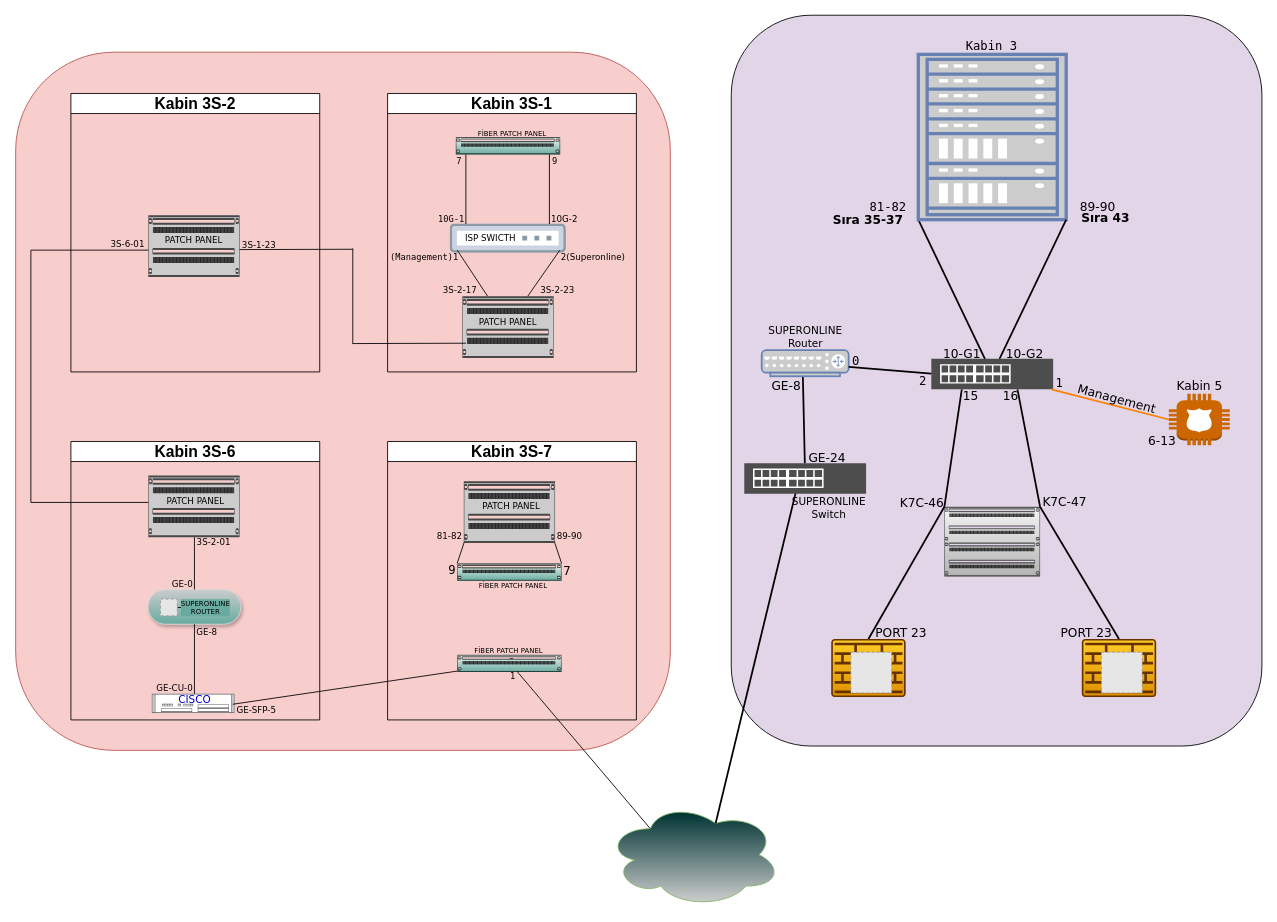
Before: Başlıksız Diyagram.drawio in seozdemir/draw.io, a draw.io diagram. Source tidied: cells renumbered, new cells numbered last; positions are measured from the earlier drawing's top-left corner, leaving out a move shared by most shapes. Both pictures are drawn from the tidied source at 87%, with x=0, y=0 at pixel (-6, 33). Pictures stored in the file or linked from it are replaced by grey dashed boxes.
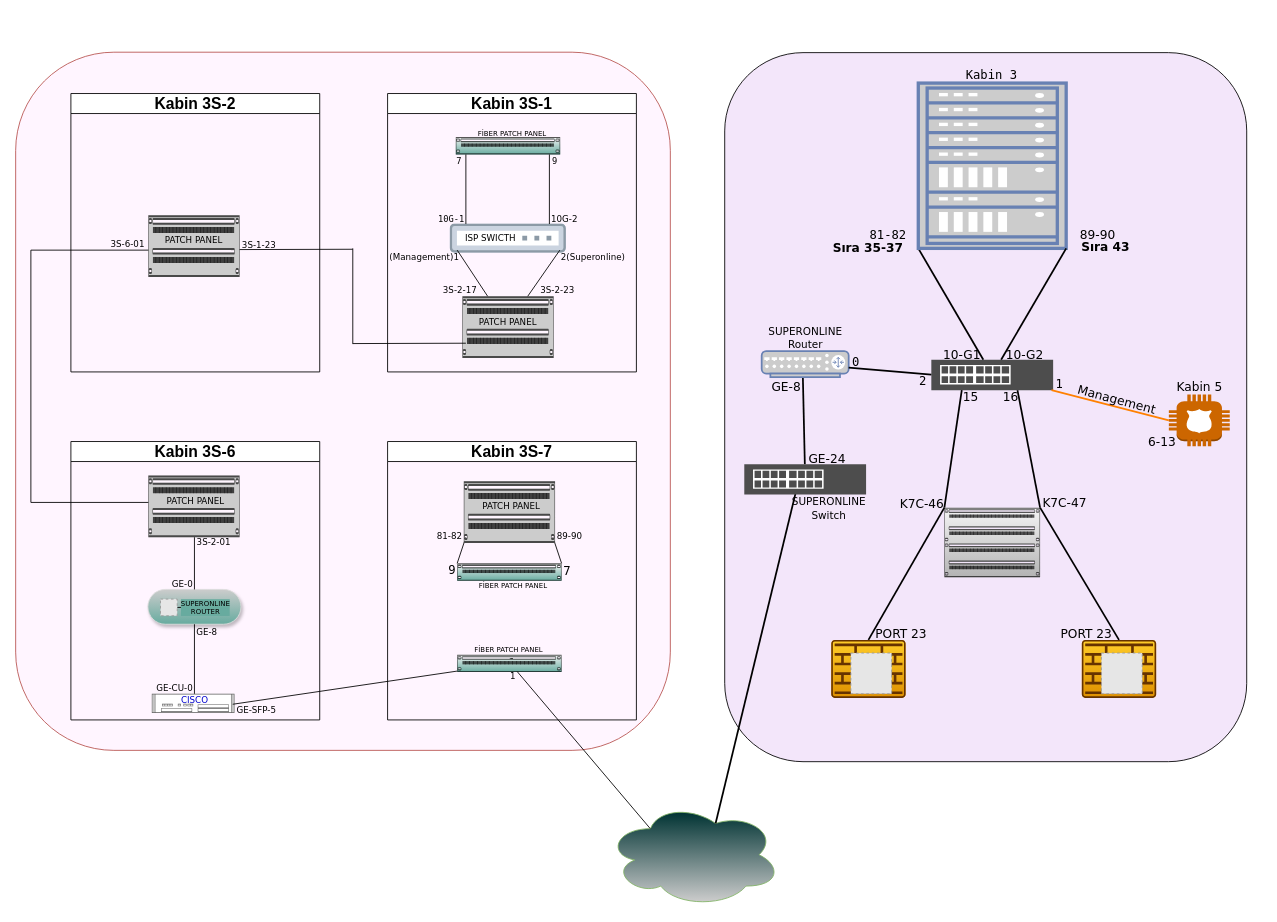
The same diagram, later.

Unchanged cells that the change refers to:
```xml
<mxCell id="6" style="sketch=0;points=[[0.015,0.015,0],[0.985,0.015,0],[0.985,0.985,0],[0.015,0.985,0],[0.25,0,0],[0.5,0,0],[0.75,0,0],[1,0.25,0],[1,0.5,0],[1,0.75,0],[0.75,1,0],[0.5,1,0],[0.25,1,0],[0,0.75,0],[0,0.5,0],[0,0.25,0]];verticalLabelPosition=bottom;html=1;verticalAlign=top;align=center;shape=mxgraph.cisco19.rect;prIcon=firewall;fillColor=#ffcd28;strokeColor=#663300;gradientColor=#DE9000;" parent="5" vertex="1">
  <mxGeometry width="85.4" height="66.7" as="geometry" />
</mxCell>
<mxCell id="19" style="sketch=0;points=[[0.015,0.015,0],[0.985,0.015,0],[0.985,0.985,0],[0.015,0.985,0],[0.25,0,0],[0.5,0,0],[0.75,0,0],[1,0.25,0],[1,0.5,0],[1,0.75,0],[0.75,1,0],[0.5,1,0],[0.25,1,0],[0,0.75,0],[0,0.5,0],[0,0.25,0]];verticalLabelPosition=bottom;html=1;verticalAlign=top;align=center;shape=mxgraph.cisco19.rect;prIcon=firewall;fillColor=#ffcd28;strokeColor=#663300;gradientColor=#DE9000;" parent="18" vertex="1">
  <mxGeometry width="85.4" height="66.7" as="geometry" />
</mxCell>
<mxCell id="69" style="group;" parent="1" vertex="1">
  <mxGeometry x="181" y="752" width="95" height="29" as="geometry" />
</mxCell>
```

Change to the diagram source:
```diff
@@
-    <mxCell id="2" style="rounded=1;whiteSpace=wrap;html=1;strokeColor=#b85450;fillColor=#f8cecc;rotation=90;" parent="1" vertex="1">
+    <mxCell id="2" style="rounded=1;whiteSpace=wrap;html=1;strokeColor=#b85450;fillColor=#FFF5FF;rotation=90;" parent="1" vertex="1">
       <mxGeometry x="-0.5" y="46.5" width="802.5" height="752.5" as="geometry" />
     </mxCell>
-    <mxCell id="3" style="rounded=1;whiteSpace=wrap;html=1;strokeColor=default;fillColor=#E1D5E7;gradientColor=none;rotation=90;" parent="1" vertex="1">
-      <mxGeometry x="732" y="94" width="840" height="610" as="geometry" />
+    <mxCell id="3" style="rounded=1;whiteSpace=wrap;html=1;strokeColor=default;fillColor=#F3E6FA;gradientColor=none;rotation=90;" parent="1" vertex="1">
+      <mxGeometry x="732" y="129.5" width="815" height="600" as="geometry" />
     </mxCell>
     <mxCell id="4" style="strokeColor=#666666;html=1;labelPosition=right;align=left;spacingLeft=15;shadow=0;dashed=0;shape=mxgraph.rack.general.cat5e_rack_mount_patch_panel_96_ports;fillColor=#f5f5f5;gradientColor=#b3b3b3;" parent="1" vertex="1">
-      <mxGeometry x="1092" y="544" width="110" height="80" as="geometry" />
+      <mxGeometry x="1092" y="545" width="110" height="80" as="geometry" />
     </mxCell>
     <mxCell id="5" style="group;" parent="1" vertex="1">
-      <mxGeometry x="1250" y="696" width="100" height="102" as="geometry" />
+      <mxGeometry x="1250" y="697" width="100" height="102" as="geometry" />
     </mxCell>
@@
     <mxCell id="8" style="endArrow=none;html=1;rounded=0;entryX=0.5;entryY=0;entryDx=0;entryDy=0;entryPerimeter=0;strokeWidth=2;" parent="1" edge="1" target="19">
       <mxGeometry relative="1" as="geometry">
-        <mxPoint x="1092" y="544" as="sourcePoint" />
+        <mxPoint x="1092" y="545" as="sourcePoint" />
       </mxGeometry>
     </mxCell>
     <mxCell id="9" style="endArrow=none;html=1;rounded=0;entryX=0.5;entryY=0;entryDx=0;entryDy=0;entryPerimeter=0;strokeWidth=2;" parent="1" edge="1" target="6">
       <mxGeometry relative="1" as="geometry">
-        <mxPoint x="1202" y="544" as="sourcePoint" />
+        <mxPoint x="1202" y="545" as="sourcePoint" />
       </mxGeometry>
     </mxCell>
     <mxCell id="10" style="endArrow=none;html=1;rounded=0;strokeWidth=2;" parent="1" edge="1">
       <mxGeometry relative="1" as="geometry">
-        <mxPoint x="1176" y="409" as="sourcePoint" />
-        <mxPoint x="1202" y="544" as="targetPoint" />
+        <mxPoint x="1176" y="410" as="sourcePoint" />
+        <mxPoint x="1202" y="545" as="targetPoint" />
       </mxGeometry>
     </mxCell>
     <mxCell id="11" style="outlineConnect=0;dashed=0;verticalLabelPosition=bottom;verticalAlign=top;align=center;html=1;shape=mxgraph.aws3.police_emergency;fillColor=#CC6600;gradientColor=none;sketch=0;strokeColor=#82B366;" parent="1" vertex="1">
-      <mxGeometry x="1350" y="414" width="70" height="59.3" as="geometry" />
+      <mxGeometry x="1350" y="415" width="70" height="59.3" as="geometry" />
     </mxCell>
     <mxCell id="12" style="endArrow=none;html=1;rounded=0;strokeWidth=2;startArrow=none;" parent="1" edge="1" target="23">
       <mxGeometry relative="1" as="geometry">
-        <mxPoint x="929.2" y="388" as="sourcePoint" />
+        <mxPoint x="929.2" y="389" as="sourcePoint" />
       </mxGeometry>
     </mxCell>
@@
     <mxCell id="15" style="fontColor=#0066CC;verticalAlign=top;verticalLabelPosition=bottom;labelPosition=center;align=center;html=1;outlineConnect=0;fillColor=#CCCCCC;strokeColor=#6881B3;gradientColor=none;gradientDirection=north;strokeWidth=2;shape=mxgraph.networks.rack;sketch=0;" parent="1" vertex="1">
-      <mxGeometry x="1062" y="24" width="170" height="190" as="geometry" />
+      <mxGeometry x="1062" y="57" width="170" height="190" as="geometry" />
     </mxCell>
@@
     <mxCell id="18" style="group;" parent="1" vertex="1">
-      <mxGeometry x="962" y="696" width="100" height="102" as="geometry" />
+      <mxGeometry x="962" y="697" width="100" height="102" as="geometry" />
     </mxCell>
@@
     <mxCell id="21" style="sketch=0;shadow=0;dashed=0;html=1;strokeColor=none;fillColor=#4D4D4D;labelPosition=center;verticalLabelPosition=bottom;verticalAlign=top;align=center;outlineConnect=0;shape=mxgraph.veeam2.physical_switch;strokeWidth=0;" parent="1" vertex="1">
-      <mxGeometry x="1077" y="374" width="140" height="35" as="geometry" />
+      <mxGeometry x="1077" y="375" width="140" height="35" as="geometry" />
     </mxCell>
     <mxCell id="22" style="fontColor=#0066CC;verticalAlign=top;verticalLabelPosition=bottom;labelPosition=center;align=center;html=1;outlineConnect=0;fillColor=#CCCCCC;strokeColor=#6881B3;gradientColor=none;gradientDirection=north;strokeWidth=2;shape=mxgraph.networks.router;sketch=0;" parent="1" vertex="1">
-      <mxGeometry x="882" y="364" width="100" height="30" as="geometry" />
+      <mxGeometry x="882" y="365" width="100" height="30" as="geometry" />
     </mxCell>
     <mxCell id="23" style="sketch=0;shadow=0;dashed=0;html=1;strokeColor=none;fillColor=#4D4D4D;labelPosition=center;verticalLabelPosition=bottom;verticalAlign=top;align=center;outlineConnect=0;shape=mxgraph.veeam2.physical_switch;strokeWidth=0;direction=east;" parent="1" vertex="1">
-      <mxGeometry x="862" y="494" width="140" height="35" as="geometry" />
+      <mxGeometry x="862" y="495" width="140" height="35" as="geometry" />
     </mxCell>
@@
     <mxCell id="25" style="endArrow=none;html=1;rounded=0;strokeWidth=2;" parent="1" edge="1" target="22">
       <mxGeometry relative="1" as="geometry">
-        <mxPoint x="1077" y="391" as="sourcePoint" />
+        <mxPoint x="1077" y="392" as="sourcePoint" />
       </mxGeometry>
     </mxCell>
     <mxCell id="26" value="&lt;font face=&quot;Lucida Console&quot; style=&quot;font-size: 14px;&quot;&gt;81-82&lt;/font&gt;" style="text;html=1;align=center;verticalAlign=middle;strokeColor=none;fillColor=none;" parent="1" vertex="1">
-      <mxGeometry x="992" y="184" width="70" height="30" as="geometry" />
+      <mxGeometry x="992" y="217" width="70" height="30" as="geometry" />
     </mxCell>
     <mxCell id="27" value="&lt;font face=&quot;Verdana&quot; style=&quot;font-size: 14px;&quot;&gt;89-90&lt;/font&gt;" style="text;html=1;align=center;verticalAlign=middle;strokeColor=none;fillColor=none;" parent="1" vertex="1">
-      <mxGeometry x="1233" y="184" width="70" height="30" as="geometry" />
+      <mxGeometry x="1233" y="217" width="70" height="30" as="geometry" />
     </mxCell>
     <mxCell id="28" value="&lt;font face=&quot;Verdana&quot; style=&quot;font-size: 14px;&quot;&gt;GE-8&lt;/font&gt;" style="text;html=1;align=center;verticalAlign=middle;strokeColor=none;fillColor=none;" parent="1" vertex="1">
-      <mxGeometry x="880" y="390" width="60" height="30" as="geometry" />
+      <mxGeometry x="880" y="391" width="60" height="30" as="geometry" />
     </mxCell>
     <mxCell id="29" value="&lt;font face=&quot;Lucida Console&quot; style=&quot;font-size: 14px;&quot;&gt;0&lt;/font&gt;" style="text;html=1;align=center;verticalAlign=middle;strokeColor=none;fillColor=none;" parent="1" vertex="1">
-      <mxGeometry x="975" y="362" width="30" height="30" as="geometry" />
+      <mxGeometry x="975" y="363" width="30" height="30" as="geometry" />
     </mxCell>
     <mxCell id="30" value="&lt;font face=&quot;Verdana&quot; style=&quot;font-size: 14px;&quot;&gt;10-G1&lt;/font&gt;" style="text;html=1;align=center;verticalAlign=middle;strokeColor=none;fillColor=none;" parent="1" vertex="1">
-      <mxGeometry x="1077" y="354" width="70" height="30" as="geometry" />
+      <mxGeometry x="1077" y="355" width="70" height="30" as="geometry" />
     </mxCell>
     <mxCell id="31" value="&lt;font face=&quot;Verdana&quot; style=&quot;font-size: 14px;&quot;&gt;GE-24&lt;/font&gt;" style="text;html=1;align=center;verticalAlign=middle;strokeColor=none;fillColor=none;" parent="1" vertex="1">
-      <mxGeometry x="922" y="473.3" width="70" height="30" as="geometry" />
+      <mxGeometry x="922" y="474.3" width="70" height="30" as="geometry" />
     </mxCell>
     <mxCell id="32" value="&lt;font face=&quot;Verdana&quot; style=&quot;font-size: 14px;&quot;&gt;K7C-47&lt;/font&gt;" style="text;html=1;align=center;verticalAlign=middle;strokeColor=none;fillColor=none;" parent="1" vertex="1">
-      <mxGeometry x="1190" y="524" width="80" height="30" as="geometry" />
+      <mxGeometry x="1190" y="525" width="80" height="30" as="geometry" />
     </mxCell>
     <mxCell id="33" value="&lt;font face=&quot;Verdana&quot; style=&quot;font-size: 14px;&quot;&gt;15&lt;/font&gt;" style="text;html=1;align=center;verticalAlign=middle;strokeColor=none;fillColor=none;" parent="1" vertex="1">
-      <mxGeometry x="1102" y="402" width="40" height="30" as="geometry" />
+      <mxGeometry x="1102" y="403" width="40" height="30" as="geometry" />
     </mxCell>
     <mxCell id="34" value="&lt;font face=&quot;Lucida Console&quot;&gt;&lt;span style=&quot;font-size: 14px;&quot;&gt;1&lt;/span&gt;&lt;/font&gt;" style="text;html=1;align=center;verticalAlign=middle;strokeColor=none;fillColor=none;" parent="1" vertex="1">
-      <mxGeometry x="1209" y="387" width="30" height="30" as="geometry" />
+      <mxGeometry x="1209" y="388" width="30" height="30" as="geometry" />
     </mxCell>
     <mxCell id="35" value="&lt;font face=&quot;Verdana&quot; style=&quot;font-size: 14px;&quot;&gt;6-13&lt;/font&gt;" style="text;html=1;align=center;verticalAlign=middle;strokeColor=none;fillColor=none;" parent="1" vertex="1">
-      <mxGeometry x="1312" y="454" width="60" height="30" as="geometry" />
+      <mxGeometry x="1312" y="455" width="60" height="30" as="geometry" />
     </mxCell>
     <mxCell id="36" value="&lt;font face=&quot;Verdana&quot; style=&quot;font-size: 14px;&quot;&gt;PORT 23&lt;/font&gt;" style="text;html=1;align=center;verticalAlign=middle;strokeColor=none;fillColor=none;" parent="1" vertex="1">
-      <mxGeometry x="1002" y="674" width="80" height="30" as="geometry" />
+      <mxGeometry x="1002" y="675" width="80" height="30" as="geometry" />
     </mxCell>
     <mxCell id="37" value="&lt;font face=&quot;Verdana&quot; style=&quot;font-size: 14px;&quot;&gt;PORT 23&lt;/font&gt;" style="text;html=1;align=center;verticalAlign=middle;strokeColor=none;fillColor=none;" parent="1" vertex="1">
-      <mxGeometry x="1215" y="674" width="80" height="30" as="geometry" />
+      <mxGeometry x="1215" y="675" width="80" height="30" as="geometry" />
     </mxCell>
     <mxCell id="38" value="&lt;font face=&quot;Verdana&quot; style=&quot;font-size: 14px;&quot;&gt;&lt;b style=&quot;&quot;&gt;Sıra 35-37&lt;/b&gt;&lt;/font&gt;" style="text;html=1;align=center;verticalAlign=middle;strokeColor=none;fillColor=none;" parent="1" vertex="1">
-      <mxGeometry x="949" y="199" width="110" height="30" as="geometry" />
+      <mxGeometry x="949" y="232" width="110" height="30" as="geometry" />
     </mxCell>
     <mxCell id="39" value="&lt;font face=&quot;Verdana&quot; style=&quot;font-size: 14px;&quot;&gt;&lt;b style=&quot;&quot;&gt;Sıra 43&lt;/b&gt;&lt;/font&gt;" style="text;html=1;align=center;verticalAlign=middle;strokeColor=none;fillColor=none;" parent="1" vertex="1">
-      <mxGeometry x="1237" y="197" width="80" height="30" as="geometry" />
+      <mxGeometry x="1237" y="230" width="80" height="30" as="geometry" />
     </mxCell>
     <mxCell id="40" value="&lt;font face=&quot;Verdana&quot; style=&quot;font-size: 14px;&quot;&gt;10-G2&lt;/font&gt;" style="text;html=1;align=center;verticalAlign=middle;strokeColor=none;fillColor=none;" parent="1" vertex="1">
-      <mxGeometry x="1149" y="353.8" width="70" height="30" as="geometry" />
+      <mxGeometry x="1149" y="354.8" width="70" height="30" as="geometry" />
     </mxCell>
     <mxCell id="41" value="&lt;font face=&quot;Verdana&quot; style=&quot;font-size: 14px;&quot;&gt;Kabin 5&lt;/font&gt;" style="text;html=1;align=center;verticalAlign=middle;strokeColor=none;fillColor=none;" parent="1" vertex="1">
-      <mxGeometry x="1345" y="390" width="80" height="30" as="geometry" />
+      <mxGeometry x="1345" y="391" width="80" height="30" as="geometry" />
     </mxCell>
     <mxCell id="42" value="&lt;font face=&quot;Lucida Console&quot; style=&quot;font-size: 14px;&quot;&gt;Kabin 3&lt;/font&gt;" style="text;html=1;align=center;verticalAlign=middle;strokeColor=none;fillColor=none;" parent="1" vertex="1">
-      <mxGeometry x="1106" width="80" height="30" as="geometry" />
+      <mxGeometry x="1106" y="33" width="80" height="30" as="geometry" />
     </mxCell>
     <mxCell id="43" value="&lt;font face=&quot;Verdana&quot; style=&quot;font-size: 14px;&quot;&gt;Management&lt;/font&gt;" style="text;html=1;align=center;verticalAlign=middle;strokeColor=none;fillColor=none;rotation=15;" parent="1" vertex="1">
-      <mxGeometry x="1235" y="405" width="110" height="30" as="geometry" />
+      <mxGeometry x="1235" y="406" width="110" height="30" as="geometry" />
     </mxCell>
     <mxCell id="44" style="endArrow=none;html=1;rounded=0;strokeWidth=2;" parent="1" edge="1">
       <mxGeometry relative="1" as="geometry">
-        <mxPoint x="1112" y="409" as="sourcePoint" />
-        <mxPoint x="1092" y="544" as="targetPoint" />
+        <mxPoint x="1112" y="410" as="sourcePoint" />
+        <mxPoint x="1092" y="545" as="targetPoint" />
       </mxGeometry>
     </mxCell>
     <mxCell id="45" value="&lt;font face=&quot;Verdana&quot; style=&quot;font-size: 14px;&quot;&gt;16&lt;/font&gt;" style="text;html=1;align=center;verticalAlign=middle;strokeColor=none;fillColor=none;" parent="1" vertex="1">
-      <mxGeometry x="1148" y="402" width="40" height="30" as="geometry" />
+      <mxGeometry x="1148" y="403" width="40" height="30" as="geometry" />
     </mxCell>
     <mxCell id="46" value="&lt;font face=&quot;Verdana&quot; style=&quot;font-size: 14px;&quot;&gt;K7C-46&lt;/font&gt;" style="text;html=1;align=center;verticalAlign=middle;strokeColor=none;fillColor=none;" parent="1" vertex="1">
-      <mxGeometry x="1026" y="525" width="80" height="30" as="geometry" />
+      <mxGeometry x="1026" y="526" width="80" height="30" as="geometry" />
     </mxCell>
     <mxCell id="47" value="&lt;font face=&quot;Lucida Console&quot; style=&quot;font-size: 14px;&quot;&gt;2&lt;br&gt;&lt;/font&gt;" style="text;html=1;align=center;verticalAlign=middle;strokeColor=none;fillColor=none;" parent="1" vertex="1">
-      <mxGeometry x="1052" y="384" width="30" height="30" as="geometry" />
+      <mxGeometry x="1052" y="385" width="30" height="30" as="geometry" />
     </mxCell>
     <mxCell id="48" value="&lt;font face=&quot;Verdana&quot; style=&quot;font-size: 12px;&quot;&gt;SUPERONLINE&lt;br&gt;Router&lt;/font&gt;" style="text;html=1;align=center;verticalAlign=middle;strokeColor=none;fillColor=none;" parent="1" vertex="1">
-      <mxGeometry x="877" y="329" width="110" height="40" as="geometry" />
+      <mxGeometry x="877" y="330" width="110" height="40" as="geometry" />
     </mxCell>
     <mxCell id="49" value="&lt;font face=&quot;Verdana&quot; style=&quot;font-size: 12px;&quot;&gt;SUPERONLINE&lt;br&gt;Switch&lt;/font&gt;" style="text;html=1;align=center;verticalAlign=middle;strokeColor=none;fillColor=none;" parent="1" vertex="1">
-      <mxGeometry x="904" y="525" width="110" height="40" as="geometry" />
+      <mxGeometry x="904" y="526" width="110" height="40" as="geometry" />
     </mxCell>
@@
-    <mxCell id="71" value="&lt;font face=&quot;Verdana&quot; color=&quot;#0000cc&quot; style=&quot;font-size: 12px;&quot;&gt;CISCO&lt;/font&gt;" style="text;html=1;align=center;verticalAlign=middle;strokeColor=none;fillColor=none;" parent="69" vertex="1">
-      <mxGeometry x="22" width="54" height="28" as="geometry" />
+    <mxCell id="71" value="&lt;font face=&quot;Verdana&quot; color=&quot;#0000cc&quot; style=&quot;font-size: 10px;&quot;&gt;CISCO&lt;/font&gt;" style="text;html=1;align=center;verticalAlign=middle;strokeColor=none;fillColor=none;" parent="69" vertex="1">
+      <mxGeometry x="19" y="-1" width="60" height="30" as="geometry" />
     </mxCell>
@@
-    <mxCell id="103" value="&lt;font face=&quot;Lucida Console&quot;&gt;&lt;span style=&quot;font-size: 10px;&quot;&gt;(Management)1&lt;/span&gt;&lt;/font&gt;" style="text;html=1;align=center;verticalAlign=middle;strokeColor=none;fillColor=none;" parent="1" vertex="1">
+    <mxCell id="103" value="&lt;span style=&quot;font-size: 10px;&quot;&gt;&lt;font face=&quot;Verdana&quot;&gt;(Management)1&lt;/font&gt;&lt;/span&gt;" style="text;html=1;align=center;verticalAlign=middle;strokeColor=none;fillColor=none;" parent="1" vertex="1">
       <mxGeometry x="444" y="241.9" width="100" height="30" as="geometry" />
     </mxCell>
```
